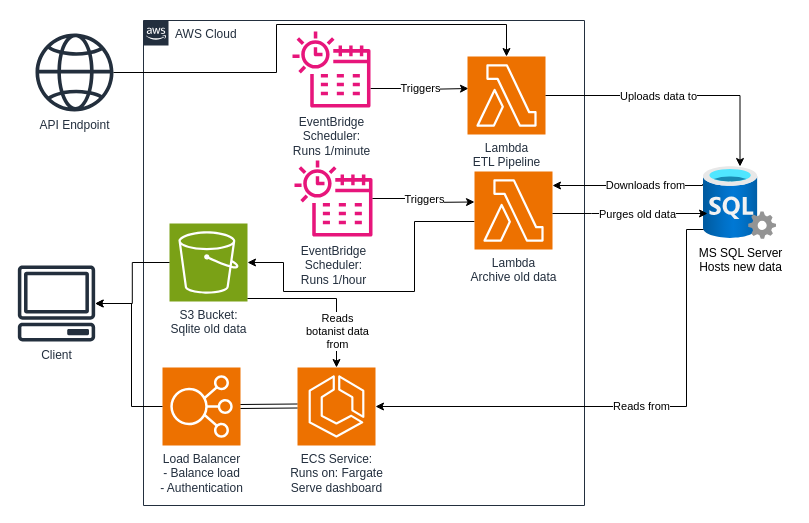
stern-sigma/pigasus keeps this draw.io diagram as dev-resources/architecture-diagram.drawio. Above is the earlier version. Source tidied: cells renumbered, new cells numbered last; positions are measured from the earlier drawing's top-left corner, leaving out a move shared by most shapes. Both pictures are drawn from the tidied source at 100%, with x=0, y=0 at pixel (17, 20).
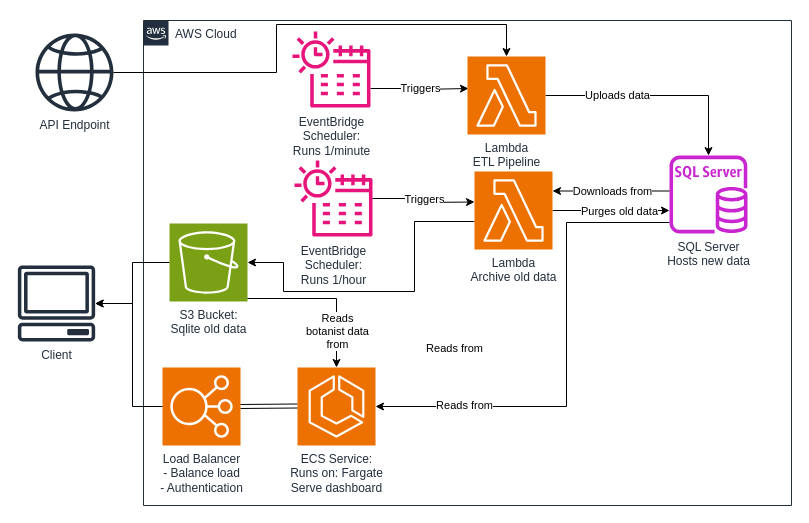
The same diagram, later.

Commit message (it also covers changes not shown here):
Fixes mistake in architecture diagram

Unchanged cells that the change refers to:
```xml
<mxCell id="3" value="Load Balancer&lt;div&gt;- Balance load&lt;/div&gt;&lt;div&gt;- Authentication&lt;/div&gt;" style="sketch=0;points=[[0,0,0],[0.25,0,0],[0.5,0,0],[0.75,0,0],[1,0,0],[0,1,0],[0.25,1,0],[0.5,1,0],[0.75,1,0],[1,1,0],[0,0.25,0],[0,0.5,0],[0,0.75,0],[1,0.25,0],[1,0.5,0],[1,0.75,0]];outlineConnect=0;fontColor=#232F3E;fillColor=#ED7100;strokeColor=#ffffff;dashed=0;verticalLabelPosition=bottom;verticalAlign=top;align=center;html=1;fontSize=12;fontStyle=0;shape=mxgraph.aws4.resourceIcon;resIcon=mxgraph.aws4.elastic_load_balancing;" parent="2" vertex="1">
  <mxGeometry x="19" y="347" width="78" height="78" as="geometry" />
</mxCell>
<mxCell id="4" value="S3 Bucket:&lt;div&gt;Sqlite old data&lt;/div&gt;" style="sketch=0;points=[[0,0,0],[0.25,0,0],[0.5,0,0],[0.75,0,0],[1,0,0],[0,1,0],[0.25,1,0],[0.5,1,0],[0.75,1,0],[1,1,0],[0,0.25,0],[0,0.5,0],[0,0.75,0],[1,0.25,0],[1,0.5,0],[1,0.75,0]];outlineConnect=0;fontColor=#232F3E;fillColor=#7AA116;strokeColor=#ffffff;dashed=0;verticalLabelPosition=bottom;verticalAlign=top;align=center;html=1;fontSize=12;fontStyle=0;shape=mxgraph.aws4.resourceIcon;resIcon=mxgraph.aws4.s3;" parent="2" vertex="1">
  <mxGeometry x="26" y="203" width="78" height="78" as="geometry" />
</mxCell>
<mxCell id="8" value="ECS Service:&lt;div&gt;Runs on: Fargate&lt;/div&gt;&lt;div&gt;Serve dashboard&lt;/div&gt;" style="sketch=0;points=[[0,0,0],[0.25,0,0],[0.5,0,0],[0.75,0,0],[1,0,0],[0,1,0],[0.25,1,0],[0.5,1,0],[0.75,1,0],[1,1,0],[0,0.25,0],[0,0.5,0],[0,0.75,0],[1,0.25,0],[1,0.5,0],[1,0.75,0]];outlineConnect=0;fontColor=#232F3E;fillColor=#ED7100;strokeColor=#ffffff;dashed=0;verticalLabelPosition=bottom;verticalAlign=top;align=center;html=1;fontSize=12;fontStyle=0;shape=mxgraph.aws4.resourceIcon;resIcon=mxgraph.aws4.ecs;" parent="2" vertex="1">
  <mxGeometry x="154" y="347" width="78" height="78" as="geometry" />
</mxCell>
<mxCell id="10" value="Lambda&lt;div&gt;ETL Pipeline&lt;/div&gt;" style="sketch=0;points=[[0,0,0],[0.25,0,0],[0.5,0,0],[0.75,0,0],[1,0,0],[0,1,0],[0.25,1,0],[0.5,1,0],[0.75,1,0],[1,1,0],[0,0.25,0],[0,0.5,0],[0,0.75,0],[1,0.25,0],[1,0.5,0],[1,0.75,0]];outlineConnect=0;fontColor=#232F3E;fillColor=#ED7100;strokeColor=#ffffff;dashed=0;verticalLabelPosition=bottom;verticalAlign=top;align=center;html=1;fontSize=12;fontStyle=0;shape=mxgraph.aws4.resourceIcon;resIcon=mxgraph.aws4.lambda;" parent="2" vertex="1">
  <mxGeometry x="324" y="36" width="78" height="78" as="geometry" />
</mxCell>
<mxCell id="17" value="Lambda&lt;div&gt;Archive old data&lt;/div&gt;" style="sketch=0;points=[[0,0,0],[0.25,0,0],[0.5,0,0],[0.75,0,0],[1,0,0],[0,1,0],[0.25,1,0],[0.5,1,0],[0.75,1,0],[1,1,0],[0,0.25,0],[0,0.5,0],[0,0.75,0],[1,0.25,0],[1,0.5,0],[1,0.75,0]];outlineConnect=0;fontColor=#232F3E;fillColor=#ED7100;strokeColor=#ffffff;dashed=0;verticalLabelPosition=bottom;verticalAlign=top;align=center;html=1;fontSize=12;fontStyle=0;shape=mxgraph.aws4.resourceIcon;resIcon=mxgraph.aws4.lambda;" parent="2" vertex="1">
  <mxGeometry x="331" y="151" width="78" height="78" as="geometry" />
</mxCell>
<mxCell id="19" value="Client" style="sketch=0;outlineConnect=0;fontColor=#232F3E;gradientColor=none;fillColor=#232F3D;strokeColor=none;dashed=0;verticalLabelPosition=bottom;verticalAlign=top;align=center;html=1;fontSize=12;fontStyle=0;shape=mxgraph.aws4.client;" parent="1" vertex="1">
  <mxGeometry y="245" width="78" height="76" as="geometry" />
</mxCell>
```

Diff of the diagram source:
```diff
@@
     <mxCell id="2" value="AWS Cloud" style="gradientColor=none;html=1;whiteSpace=wrap;fontSize=12;fontStyle=0;shape=mxgraph.aws4.group;grIcon=mxgraph.aws4.group_aws_cloud_alt;strokeColor=#232F3E;fillColor=none;verticalAlign=top;align=left;spacingLeft=30;fontColor=#232F3E;dashed=0;" parent="1" vertex="1">
-      <mxGeometry x="126" width="441" height="485" as="geometry" />
+      <mxGeometry x="126" width="648" height="485" as="geometry" />
     </mxCell>
@@
+    <mxCell id="32" style="edgeStyle=orthogonalEdgeStyle;rounded=0;jettySize=auto;html=1;" parent="2" edge="1" source="10" target="36">
+      <mxGeometry relative="1" as="geometry" />
+    </mxCell>
+    <mxCell id="33" value="Uploads data" style="edgeLabel;html=1;align=center;verticalAlign=middle;" parent="32" vertex="1">
+      <mxGeometry x="-0.36" y="1" relative="1" as="geometry" />
+    </mxCell>
@@
+    <mxCell id="34" style="edgeStyle=orthogonalEdgeStyle;rounded=0;jettySize=auto;html=1;" parent="2" edge="1" source="17" target="36">
+      <mxGeometry relative="1" as="geometry">
+        <Array as="points">
+          <mxPoint x="523" y="190" />
+          <mxPoint x="523" y="190" />
+        </Array>
+      </mxGeometry>
+    </mxCell>
+    <mxCell id="27" value="Purges old data" style="edgeLabel;html=1;align=center;verticalAlign=middle;" parent="34" vertex="1">
+      <mxGeometry x="-0.51" relative="1" as="geometry">
+        <mxPoint x="37" as="offset" />
+      </mxGeometry>
+    </mxCell>
@@
+    <mxCell id="30" style="edgeStyle=orthogonalEdgeStyle;rounded=0;jettySize=auto;html=1;entryX=1;entryY=0.5;entryDx=0;entryDy=0;entryPerimeter=0;" parent="2" edge="1" source="36" target="8">
+      <mxGeometry relative="1" as="geometry">
+        <Array as="points">
+          <mxPoint x="423" y="202" />
+          <mxPoint x="423" y="386" />
+        </Array>
+      </mxGeometry>
+    </mxCell>
+    <mxCell id="31" value="Reads from" style="edgeLabel;html=1;align=center;verticalAlign=middle;" parent="30" vertex="1">
+      <mxGeometry x="-0.05" y="-1" relative="1" as="geometry">
+        <mxPoint x="-112" y="1" as="offset" />
+      </mxGeometry>
+    </mxCell>
+    <mxCell id="35" value="Reads from" style="edgeLabel;html=1;align=center;verticalAlign=middle;" parent="30" vertex="1">
+      <mxGeometry x="0.63" y="-2" relative="1" as="geometry" />
+    </mxCell>
+    <mxCell id="36" value="SQL Server&lt;div&gt;Hosts new data&lt;/div&gt;" style="sketch=0;outlineConnect=0;fontColor=#232F3E;gradientColor=none;fillColor=#C925D1;strokeColor=none;dashed=0;verticalLabelPosition=bottom;verticalAlign=top;align=center;html=1;fontSize=12;fontStyle=0;shape=mxgraph.aws4.rds_sql_server_instance;" parent="2" vertex="1">
+      <mxGeometry x="526" y="135" width="78" height="78" as="geometry" />
+    </mxCell>
+    <mxCell id="37" style="edgeStyle=orthogonalEdgeStyle;rounded=0;jettySize=auto;html=1;entryX=1;entryY=0.25;entryDx=0;entryDy=0;entryPerimeter=0;" parent="2" edge="1" source="36" target="17">
+      <mxGeometry relative="1" as="geometry">
+        <Array as="points">
+          <mxPoint x="486" y="171" />
+        </Array>
+      </mxGeometry>
+    </mxCell>
+    <mxCell id="23" value="Downloads from" style="edgeLabel;html=1;align=center;verticalAlign=middle;" parent="37" vertex="1">
+      <mxGeometry x="-0.01" relative="1" as="geometry" />
+    </mxCell>
@@
     <mxCell id="20" style="edgeStyle=orthogonalEdgeStyle;rounded=0;jettySize=auto;html=1;" parent="1" edge="1" source="4" target="19">
-      <mxGeometry relative="1" as="geometry" />
+      <mxGeometry relative="1" as="geometry">
+        <Array as="points">
+          <mxPoint x="115" y="242" />
+          <mxPoint x="115" y="283" />
+        </Array>
+      </mxGeometry>
     </mxCell>
     <mxCell id="21" style="edgeStyle=orthogonalEdgeStyle;rounded=0;jettySize=auto;html=1;" parent="1" edge="1" source="3" target="19">
       <mxGeometry relative="1" as="geometry">
         <Array as="points">
-          <mxPoint x="114" y="386" />
-          <mxPoint x="114" y="283" />
+          <mxPoint x="115" y="386" />
+          <mxPoint x="115" y="283" />
         </Array>
       </mxGeometry>
     </mxCell>
-    <mxCell id="22" style="edgeStyle=orthogonalEdgeStyle;rounded=0;jettySize=auto;html=1;exitX=0;exitY=0.247;exitDx=0;exitDy=0;exitPerimeter=0;" parent="1" edge="1" source="24">
-      <mxGeometry relative="1" as="geometry">
-        <mxPoint x="535" y="165" as="targetPoint" />
-        <Array as="points">
-          <mxPoint x="685" y="164" />
-          <mxPoint x="685" y="165" />
-        </Array>
-      </mxGeometry>
-    </mxCell>
-    <mxCell id="23" value="Downloads from" style="edgeLabel;html=1;align=center;verticalAlign=middle;" parent="22" vertex="1">
-      <mxGeometry x="0.15" y="-1" relative="1" as="geometry">
-        <mxPoint x="27" as="offset" />
-      </mxGeometry>
-    </mxCell>
-    <mxCell id="24" value="MS SQL Server&lt;div&gt;Hosts new data&lt;/div&gt;" style="image;html=1;points=[];align=center;fontSize=12;image=img/lib/azure2/databases/SQL_Server.svg;" parent="1" vertex="1">
-      <mxGeometry x="686" y="146" width="73" height="73" as="geometry" />
-    </mxCell>
@@
-    <mxCell id="26" style="edgeStyle=orthogonalEdgeStyle;rounded=0;jettySize=auto;html=1;entryX=0.055;entryY=0.644;entryDx=0;entryDy=0;entryPerimeter=0;" parent="1" edge="1" target="24">
-      <mxGeometry relative="1" as="geometry">
-        <mxPoint x="535" y="193" as="sourcePoint" />
-        <Array as="points">
-          <mxPoint x="574" y="193" />
-          <mxPoint x="574" y="193" />
-        </Array>
-      </mxGeometry>
-    </mxCell>
-    <mxCell id="27" value="Purges old data" style="edgeLabel;html=1;align=center;verticalAlign=middle;" parent="26" vertex="1">
-      <mxGeometry x="-0.29" y="-1" relative="1" as="geometry">
-        <mxPoint x="30" y="-1" as="offset" />
-      </mxGeometry>
-    </mxCell>
-    <mxCell id="28" style="edgeStyle=orthogonalEdgeStyle;rounded=0;jettySize=auto;html=1;" parent="1" edge="1" source="10" target="24">
-      <mxGeometry relative="1" as="geometry" />
-    </mxCell>
-    <mxCell id="29" value="Uploads data to" style="edgeLabel;html=1;align=center;verticalAlign=middle;" parent="28" vertex="1">
-      <mxGeometry x="-0.16" relative="1" as="geometry" />
-    </mxCell>
-    <mxCell id="30" style="edgeStyle=orthogonalEdgeStyle;rounded=0;jettySize=auto;html=1;entryX=1;entryY=0.5;entryDx=0;entryDy=0;entryPerimeter=0;" parent="1" edge="1" source="24" target="8">
-      <mxGeometry relative="1" as="geometry">
-        <Array as="points">
-          <mxPoint x="669" y="209" />
-          <mxPoint x="669" y="386" />
-        </Array>
-      </mxGeometry>
-    </mxCell>
-    <mxCell id="31" value="Reads from" style="edgeLabel;html=1;align=center;verticalAlign=middle;" parent="30" vertex="1">
-      <mxGeometry x="-0.05" y="-1" relative="1" as="geometry" />
-    </mxCell>
```
